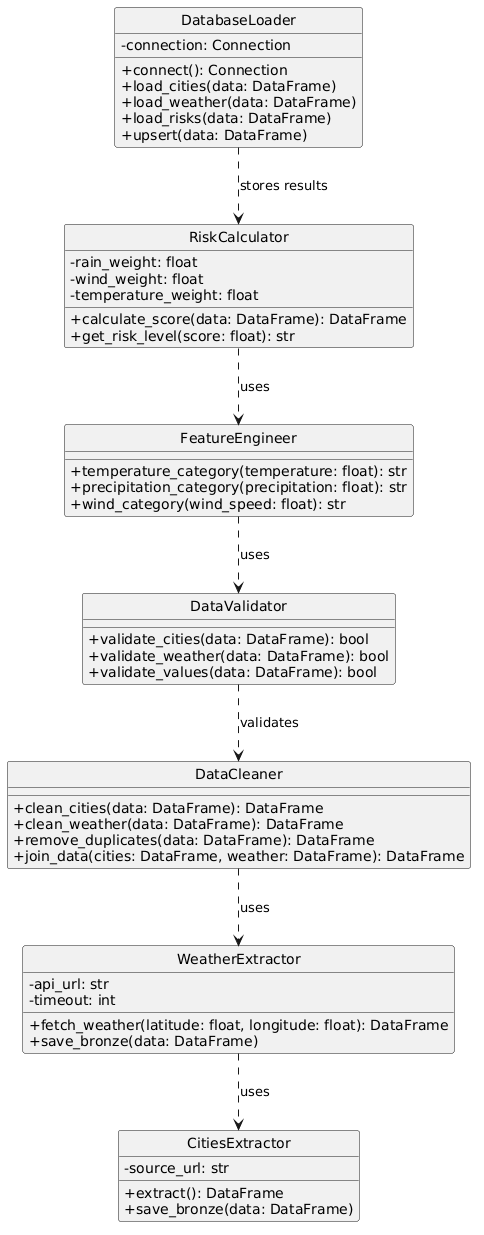
lahcen404/Meteo-Risk keeps this PlantUML diagram as uml/class-diagram.png. Above is the earlier version. Its diagram source:
```plantuml
@startuml
hide circle
skinparam classAttributeIconSize 0

class CitiesExtractor {
    - source_url: str
    + extract(): DataFrame
    + save_bronze(data: DataFrame)
}

class WeatherExtractor {
    - api_url: str
    - timeout: int
    + fetch_weather(latitude: float, longitude: float): DataFrame
    + save_bronze(data: DataFrame)
}

class DataCleaner {
    + clean_cities(data: DataFrame): DataFrame
    + clean_weather(data: DataFrame): DataFrame
    + remove_duplicates(data: DataFrame): DataFrame
    + join_data(cities: DataFrame, weather: DataFrame): DataFrame
}

class DataValidator {
    + validate_cities(data: DataFrame): bool
    + validate_weather(data: DataFrame): bool
    + validate_values(data: DataFrame): bool
}

class FeatureEngineer {
    + temperature_category(temperature: float): str
    + precipitation_category(precipitation: float): str
    + wind_category(wind_speed: float): str
}

class RiskCalculator {
    - rain_weight: float
    - wind_weight: float
    - temperature_weight: float
    + calculate_score(data: DataFrame): DataFrame
    + get_risk_level(score: float): str
}

class DatabaseLoader {
    - connection: Connection
    + connect(): Connection
    + load_cities(data: DataFrame)
    + load_weather(data: DataFrame)
    + load_risks(data: DataFrame)
    + upsert(data: DataFrame)
}

WeatherExtractor ..> CitiesExtractor : uses
DataCleaner ..> WeatherExtractor : uses
DataValidator ..> DataCleaner : validates
FeatureEngineer ..> DataValidator : uses
RiskCalculator ..> FeatureEngineer : uses
DatabaseLoader ..> RiskCalculator : stores results
@enduml
```
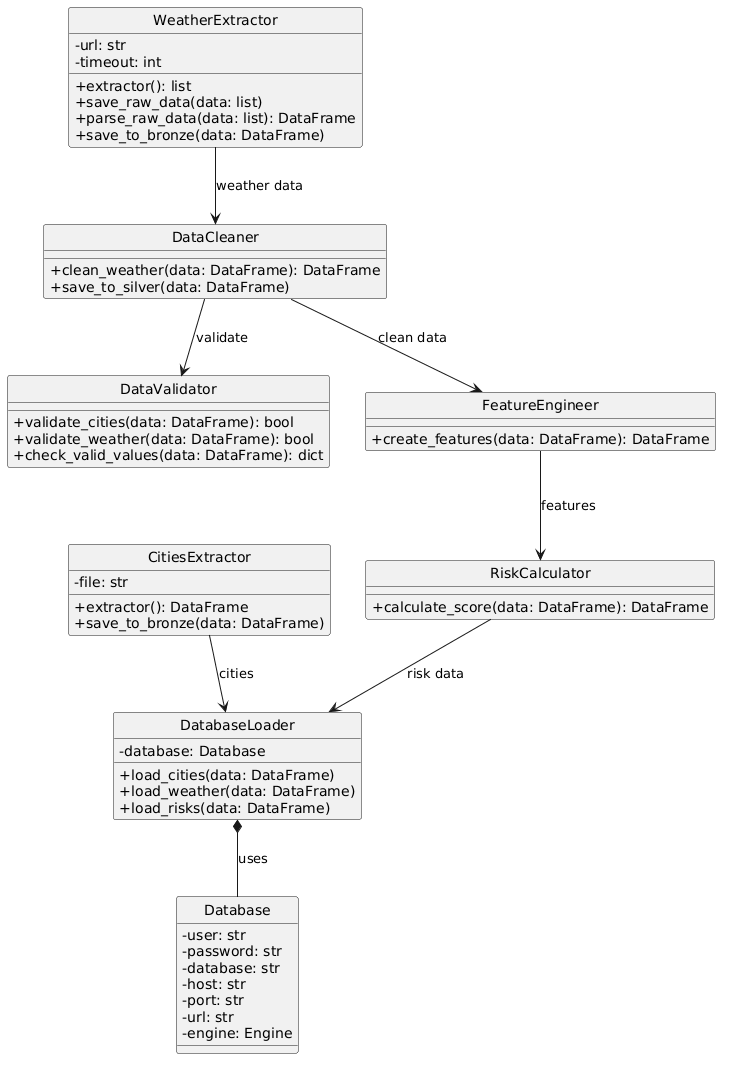
Later version of the same file.

What changed in the source:
```diff
@@ -3,58 +3,66 @@
 skinparam classAttributeIconSize 0
 
 class CitiesExtractor {
-    - source_url: str
-    + extract(): DataFrame
-    + save_bronze(data: DataFrame)
+    - file: str
+    + extractor(): DataFrame
+    + save_to_bronze(data: DataFrame)
 }
 
 class WeatherExtractor {
-    - api_url: str
+    - url: str
     - timeout: int
-    + fetch_weather(latitude: float, longitude: float): DataFrame
-    + save_bronze(data: DataFrame)
+    + extractor(): list
+    + save_raw_data(data: list)
+    + parse_raw_data(data: list): DataFrame
+    + save_to_bronze(data: DataFrame)
 }
 
 class DataCleaner {
-    + clean_cities(data: DataFrame): DataFrame
     + clean_weather(data: DataFrame): DataFrame
-    + remove_duplicates(data: DataFrame): DataFrame
-    + join_data(cities: DataFrame, weather: DataFrame): DataFrame
+    + save_to_silver(data: DataFrame)
 }
 
 class DataValidator {
     + validate_cities(data: DataFrame): bool
     + validate_weather(data: DataFrame): bool
-    + validate_values(data: DataFrame): bool
+    + check_valid_values(data: DataFrame): dict
 }
 
 class FeatureEngineer {
-    + temperature_category(temperature: float): str
-    + precipitation_category(precipitation: float): str
-    + wind_category(wind_speed: float): str
+    + create_features(data: DataFrame): DataFrame
 }
 
 class RiskCalculator {
-    - rain_weight: float
-    - wind_weight: float
-    - temperature_weight: float
     + calculate_score(data: DataFrame): DataFrame
-    + get_risk_level(score: float): str
+}
+
+class Database {
+    - user: str
+    - password: str
+    - database: str
+    - host: str
+    - port: str
+    - url: str
+    - engine: Engine
 }
 
 class DatabaseLoader {
-    - connection: Connection
-    + connect(): Connection
+    - database: Database
     + load_cities(data: DataFrame)
     + load_weather(data: DataFrame)
     + load_risks(data: DataFrame)
-    + upsert(data: DataFrame)
 }
 
-WeatherExtractor ..> CitiesExtractor : uses
-DataCleaner ..> WeatherExtractor : uses
-DataValidator ..> DataCleaner : validates
-FeatureEngineer ..> DataValidator : uses
-RiskCalculator ..> FeatureEngineer : uses
-DatabaseLoader ..> RiskCalculator : stores results
+
+WeatherExtractor --> DataCleaner : weather data
+CitiesExtractor --> DatabaseLoader : cities
+
+DataCleaner --> DataValidator : validate
+DataCleaner --> FeatureEngineer : clean data
+
+FeatureEngineer --> RiskCalculator : features
+
+RiskCalculator --> DatabaseLoader : risk data
+
+DatabaseLoader *-- Database : uses
 @enduml
```
